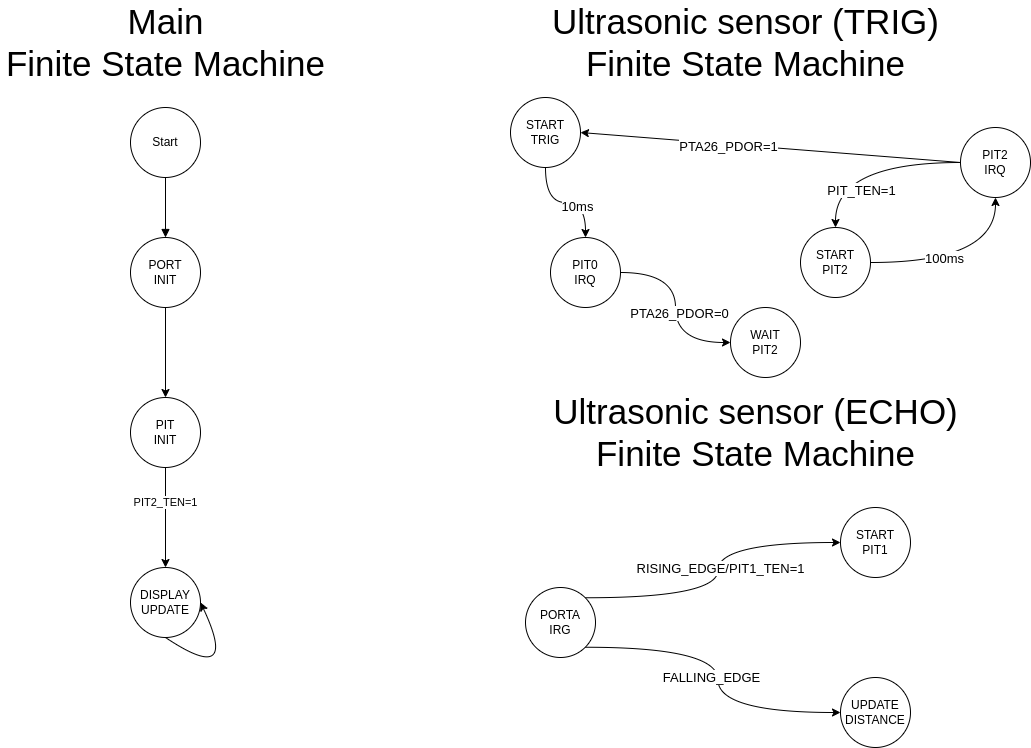
This is docs/resources/FSM.png from hungdojan/IMP_Project, a draw.io export, as it was before one commit. Source tidied: cells renumbered, new cells last; positions are measured from the earlier drawing's top-left corner, leaving out a move shared by most shapes. Its diagram source:
```xml
<mxGraphModel>
  <root>
    <mxCell id="0" />
    <mxCell id="1" parent="0" />
    <mxCell id="2" value="Start" style="ellipse;whiteSpace=wrap;html=1;" parent="1" vertex="1">
      <mxGeometry x="130" y="90" width="70" height="70" as="geometry" />
    </mxCell>
    <mxCell id="3" style="html=1;verticalAlign=bottom;endArrow=block;exitX=0.5;exitY=1;exitDx=0;exitDy=0;entryX=0.5;entryY=0;entryDx=0;entryDy=0;" parent="1" edge="1" source="2" target="6">
      <mxGeometry relative="1" as="geometry" />
    </mxCell>
    <mxCell id="4" value="&lt;font style=&quot;font-size: 35px&quot;&gt;Main&lt;br&gt;Finite State Machine&lt;/font&gt;" style="text;html=1;align=center;verticalAlign=middle;strokeColor=none;fillColor=none;" parent="1" vertex="1">
      <mxGeometry width="330" height="50" as="geometry" />
    </mxCell>
    <mxCell id="5" style="edgeStyle=none;html=1;exitX=0.5;exitY=1;exitDx=0;exitDy=0;entryX=0.5;entryY=0;entryDx=0;entryDy=0;" parent="1" edge="1" source="6" target="9">
      <mxGeometry relative="1" as="geometry" />
    </mxCell>
    <mxCell id="6" value="PORT&lt;br&gt;INIT" style="ellipse;whiteSpace=wrap;html=1;" parent="1" vertex="1">
      <mxGeometry x="130" y="220" width="70" height="70" as="geometry" />
    </mxCell>
    <mxCell id="7" style="edgeStyle=none;html=1;exitX=0.5;exitY=1;exitDx=0;exitDy=0;entryX=0.5;entryY=0;entryDx=0;entryDy=0;" parent="1" edge="1" source="9" target="10">
      <mxGeometry relative="1" as="geometry" />
    </mxCell>
    <mxCell id="8" value="PIT2_TEN=1" style="edgeLabel;html=1;align=center;verticalAlign=middle;" parent="7" vertex="1">
      <mxGeometry x="-0.32" y="-1" relative="1" as="geometry" />
    </mxCell>
    <mxCell id="9" value="PIT&lt;br&gt;INIT" style="ellipse;whiteSpace=wrap;html=1;" parent="1" vertex="1">
      <mxGeometry x="130" y="380" width="70" height="70" as="geometry" />
    </mxCell>
    <mxCell id="10" value="DISPLAY&lt;br&gt;UPDATE" style="ellipse;whiteSpace=wrap;html=1;" parent="1" vertex="1">
      <mxGeometry x="130" y="550" width="70" height="70" as="geometry" />
    </mxCell>
    <mxCell id="11" style="edgeStyle=orthogonalEdgeStyle;html=1;exitX=0.5;exitY=1;exitDx=0;exitDy=0;elbow=vertical;entryX=1;entryY=0.5;entryDx=0;entryDy=0;curved=1;" parent="1" edge="1" source="10" target="10">
      <mxGeometry relative="1" as="geometry">
        <Array as="points">
          <mxPoint x="240" y="670" />
        </Array>
      </mxGeometry>
    </mxCell>
    <mxCell id="12" style="edgeStyle=orthogonalEdgeStyle;curved=1;html=1;exitX=0.5;exitY=1;exitDx=0;exitDy=0;entryX=0.5;entryY=0;entryDx=0;entryDy=0;fontSize=13;elbow=vertical;" parent="1" edge="1" source="14" target="26">
      <mxGeometry relative="1" as="geometry" />
    </mxCell>
    <mxCell id="13" value="10ms" style="edgeLabel;html=1;align=center;verticalAlign=middle;fontSize=13;" parent="12" vertex="1">
      <mxGeometry x="0.18" y="-3" relative="1" as="geometry">
        <mxPoint x="1" as="offset" />
      </mxGeometry>
    </mxCell>
    <mxCell id="14" value="START&lt;br&gt;TRIG" style="ellipse;whiteSpace=wrap;html=1;" parent="1" vertex="1">
      <mxGeometry x="510" y="80" width="70" height="70" as="geometry" />
    </mxCell>
    <mxCell id="15" value="&lt;font style=&quot;font-size: 35px&quot;&gt;Ultrasonic sensor (TRIG)&lt;br&gt;Finite State Machine&lt;/font&gt;" style="text;html=1;align=center;verticalAlign=middle;strokeColor=none;fillColor=none;" parent="1" vertex="1">
      <mxGeometry x="545" width="400" height="50" as="geometry" />
    </mxCell>
    <mxCell id="16" style="edgeStyle=orthogonalEdgeStyle;curved=1;html=1;exitX=1;exitY=0.5;exitDx=0;exitDy=0;entryX=0.5;entryY=1;entryDx=0;entryDy=0;elbow=vertical;" parent="1" edge="1" source="18" target="23">
      <mxGeometry relative="1" as="geometry" />
    </mxCell>
    <mxCell id="17" value="100ms" style="edgeLabel;html=1;align=center;verticalAlign=middle;fontSize=13;" parent="16" vertex="1">
      <mxGeometry x="-0.23" y="5" relative="1" as="geometry" />
    </mxCell>
    <mxCell id="18" value="START&lt;br&gt;PIT2" style="ellipse;whiteSpace=wrap;html=1;" parent="1" vertex="1">
      <mxGeometry x="800" y="210" width="70" height="70" as="geometry" />
    </mxCell>
    <mxCell id="19" style="edgeStyle=orthogonalEdgeStyle;curved=1;html=1;exitX=0;exitY=0.5;exitDx=0;exitDy=0;entryX=0.5;entryY=0;entryDx=0;entryDy=0;elbow=vertical;" parent="1" edge="1" source="23" target="18">
      <mxGeometry relative="1" as="geometry" />
    </mxCell>
    <mxCell id="20" value="PIT_TEN=1" style="edgeLabel;html=1;align=center;verticalAlign=middle;fontSize=13;" parent="19" vertex="1">
      <mxGeometry x="0.6" y="19" relative="1" as="geometry">
        <mxPoint x="6" as="offset" />
      </mxGeometry>
    </mxCell>
    <mxCell id="21" style="html=1;exitX=0;exitY=0.5;exitDx=0;exitDy=0;entryX=1;entryY=0.5;entryDx=0;entryDy=0;elbow=vertical;" parent="1" edge="1" source="23" target="14">
      <mxGeometry relative="1" as="geometry" />
    </mxCell>
    <mxCell id="22" value="PTA26_PDOR=1" style="edgeLabel;html=1;align=center;verticalAlign=middle;fontSize=13;" parent="21" vertex="1">
      <mxGeometry x="0.22" y="2" relative="1" as="geometry" />
    </mxCell>
    <mxCell id="23" value="PIT2&lt;br&gt;IRQ" style="ellipse;whiteSpace=wrap;html=1;" parent="1" vertex="1">
      <mxGeometry x="960" y="110" width="70" height="70" as="geometry" />
    </mxCell>
    <mxCell id="24" style="edgeStyle=orthogonalEdgeStyle;curved=1;html=1;exitX=1;exitY=0.5;exitDx=0;exitDy=0;fontSize=13;elbow=vertical;" parent="1" edge="1" source="26" target="27">
      <mxGeometry relative="1" as="geometry" />
    </mxCell>
    <mxCell id="25" value="PTA26_PDOR=0" style="edgeLabel;html=1;align=center;verticalAlign=middle;fontSize=13;" parent="24" vertex="1">
      <mxGeometry x="0.14" y="3" relative="1" as="geometry">
        <mxPoint y="-8" as="offset" />
      </mxGeometry>
    </mxCell>
    <mxCell id="26" value="PIT0&lt;br&gt;IRQ" style="ellipse;whiteSpace=wrap;html=1;" parent="1" vertex="1">
      <mxGeometry x="550" y="220" width="70" height="70" as="geometry" />
    </mxCell>
    <mxCell id="27" value="WAIT&lt;br&gt;PIT2" style="ellipse;whiteSpace=wrap;html=1;" parent="1" vertex="1">
      <mxGeometry x="730" y="290" width="70" height="70" as="geometry" />
    </mxCell>
    <mxCell id="28" value="&lt;font style=&quot;font-size: 35px&quot;&gt;Ultrasonic sensor (ECHO)&lt;br&gt;Finite State Machine&lt;/font&gt;" style="text;html=1;align=center;verticalAlign=middle;strokeColor=none;fillColor=none;" parent="1" vertex="1">
      <mxGeometry x="545" y="390" width="420" height="50" as="geometry" />
    </mxCell>
    <mxCell id="29" style="edgeStyle=orthogonalEdgeStyle;curved=1;html=1;exitX=1;exitY=0;exitDx=0;exitDy=0;entryX=0;entryY=0.5;entryDx=0;entryDy=0;fontSize=13;elbow=vertical;" parent="1" edge="1" source="33" target="34">
      <mxGeometry relative="1" as="geometry" />
    </mxCell>
    <mxCell id="30" value="RISING_EDGE/PIT1_TEN=1" style="edgeLabel;html=1;align=center;verticalAlign=middle;fontSize=13;" parent="29" vertex="1">
      <mxGeometry x="0.3" y="-11" relative="1" as="geometry">
        <mxPoint x="-12" y="14" as="offset" />
      </mxGeometry>
    </mxCell>
    <mxCell id="31" style="edgeStyle=orthogonalEdgeStyle;curved=1;html=1;exitX=1;exitY=1;exitDx=0;exitDy=0;entryX=0;entryY=0.5;entryDx=0;entryDy=0;fontSize=13;elbow=vertical;" parent="1" edge="1" source="33" target="35">
      <mxGeometry relative="1" as="geometry" />
    </mxCell>
    <mxCell id="32" value="FALLING_EDGE" style="edgeLabel;html=1;align=center;verticalAlign=middle;fontSize=13;" parent="31" vertex="1">
      <mxGeometry x="-0.06" y="-13" relative="1" as="geometry">
        <mxPoint x="6" y="12" as="offset" />
      </mxGeometry>
    </mxCell>
    <mxCell id="33" value="PORTA&lt;br&gt;IRG" style="ellipse;whiteSpace=wrap;html=1;" parent="1" vertex="1">
      <mxGeometry x="525" y="570" width="70" height="70" as="geometry" />
    </mxCell>
    <mxCell id="34" value="START&lt;br&gt;PIT1" style="ellipse;whiteSpace=wrap;html=1;" parent="1" vertex="1">
      <mxGeometry x="840" y="490" width="70" height="70" as="geometry" />
    </mxCell>
    <mxCell id="35" value="UPDATE&lt;br&gt;DISTANCE" style="ellipse;whiteSpace=wrap;html=1;" parent="1" vertex="1">
      <mxGeometry x="840" y="660" width="70" height="70" as="geometry" />
    </mxCell>
  </root>
</mxGraphModel>
```
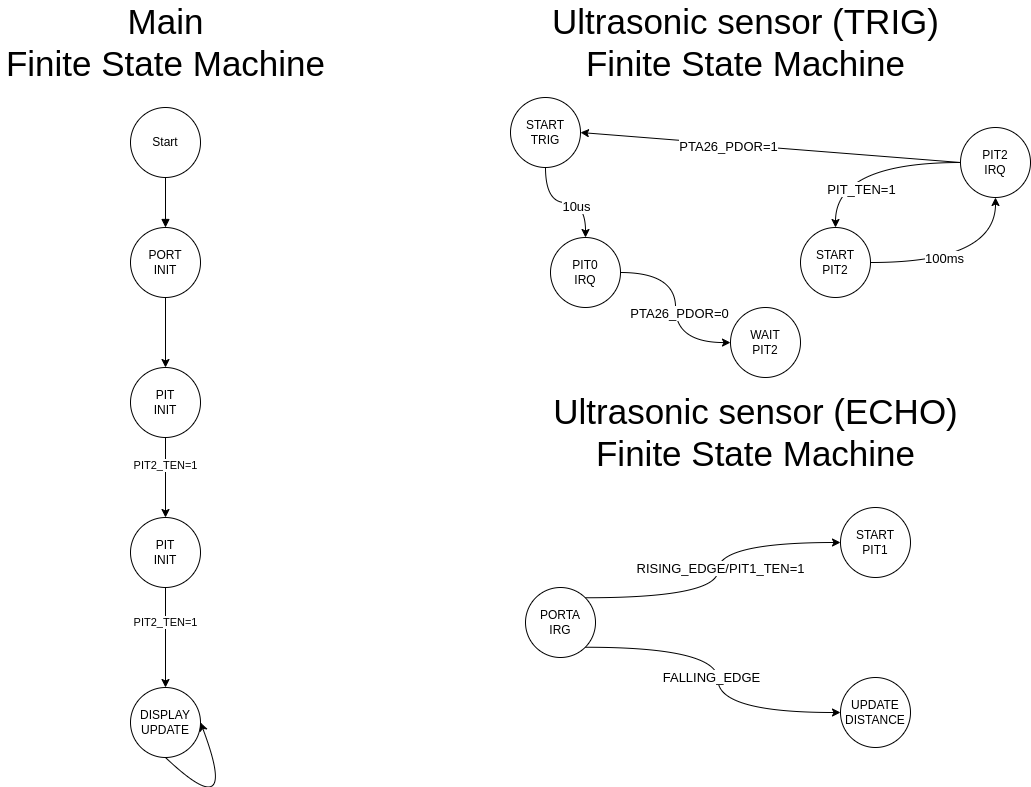
Above is the later version.

Commit message:
MCG init

Change to the diagram source:
```diff
@@ -15,31 +15,21 @@
       <mxGeometry relative="1" as="geometry" />
     </mxCell>
     <mxCell id="6" value="PORT&lt;br&gt;INIT" style="ellipse;whiteSpace=wrap;html=1;" parent="1" vertex="1">
-      <mxGeometry x="130" y="220" width="70" height="70" as="geometry" />
+      <mxGeometry x="130" y="210" width="70" height="70" as="geometry" />
     </mxCell>
-    <mxCell id="7" style="edgeStyle=none;html=1;exitX=0.5;exitY=1;exitDx=0;exitDy=0;entryX=0.5;entryY=0;entryDx=0;entryDy=0;" parent="1" edge="1" source="9" target="10">
+    <mxCell id="7" style="edgeStyle=none;html=1;exitX=0.5;exitY=1;exitDx=0;exitDy=0;entryX=0.5;entryY=0;entryDx=0;entryDy=0;" parent="1" edge="1" source="9" target="38">
       <mxGeometry relative="1" as="geometry" />
     </mxCell>
     <mxCell id="8" value="PIT2_TEN=1" style="edgeLabel;html=1;align=center;verticalAlign=middle;" parent="7" vertex="1">
       <mxGeometry x="-0.32" y="-1" relative="1" as="geometry" />
     </mxCell>
     <mxCell id="9" value="PIT&lt;br&gt;INIT" style="ellipse;whiteSpace=wrap;html=1;" parent="1" vertex="1">
-      <mxGeometry x="130" y="380" width="70" height="70" as="geometry" />
+      <mxGeometry x="130" y="350" width="70" height="70" as="geometry" />
     </mxCell>
-    <mxCell id="10" value="DISPLAY&lt;br&gt;UPDATE" style="ellipse;whiteSpace=wrap;html=1;" parent="1" vertex="1">
-      <mxGeometry x="130" y="550" width="70" height="70" as="geometry" />
-    </mxCell>
-    <mxCell id="11" style="edgeStyle=orthogonalEdgeStyle;html=1;exitX=0.5;exitY=1;exitDx=0;exitDy=0;elbow=vertical;entryX=1;entryY=0.5;entryDx=0;entryDy=0;curved=1;" parent="1" edge="1" source="10" target="10">
-      <mxGeometry relative="1" as="geometry">
-        <Array as="points">
-          <mxPoint x="240" y="670" />
-        </Array>
-      </mxGeometry>
-    </mxCell>
     <mxCell id="12" style="edgeStyle=orthogonalEdgeStyle;curved=1;html=1;exitX=0.5;exitY=1;exitDx=0;exitDy=0;entryX=0.5;entryY=0;entryDx=0;entryDy=0;fontSize=13;elbow=vertical;" parent="1" edge="1" source="14" target="26">
       <mxGeometry relative="1" as="geometry" />
     </mxCell>
-    <mxCell id="13" value="10ms" style="edgeLabel;html=1;align=center;verticalAlign=middle;fontSize=13;" parent="12" vertex="1">
+    <mxCell id="13" value="10us" style="edgeLabel;html=1;align=center;verticalAlign=middle;fontSize=13;" parent="12" vertex="1">
       <mxGeometry x="0.18" y="-3" relative="1" as="geometry">
         <mxPoint x="1" as="offset" />
       </mxGeometry>
@@ -118,5 +108,24 @@
     <mxCell id="35" value="UPDATE&lt;br&gt;DISTANCE" style="ellipse;whiteSpace=wrap;html=1;" parent="1" vertex="1">
       <mxGeometry x="840" y="660" width="70" height="70" as="geometry" />
     </mxCell>
+    <mxCell id="36" style="edgeStyle=none;html=1;exitX=0.5;exitY=1;exitDx=0;exitDy=0;entryX=0.5;entryY=0;entryDx=0;entryDy=0;" parent="1" edge="1" source="38" target="10">
+      <mxGeometry relative="1" as="geometry" />
+    </mxCell>
+    <mxCell id="37" value="PIT2_TEN=1" style="edgeLabel;html=1;align=center;verticalAlign=middle;" parent="36" vertex="1">
+      <mxGeometry x="-0.32" y="-1" relative="1" as="geometry" />
+    </mxCell>
+    <mxCell id="38" value="PIT&lt;br&gt;INIT" style="ellipse;whiteSpace=wrap;html=1;" parent="1" vertex="1">
+      <mxGeometry x="130" y="500" width="70" height="70" as="geometry" />
+    </mxCell>
+    <mxCell id="10" value="DISPLAY&lt;br&gt;UPDATE" style="ellipse;whiteSpace=wrap;html=1;" parent="1" vertex="1">
+      <mxGeometry x="130" y="670" width="70" height="70" as="geometry" />
+    </mxCell>
+    <mxCell id="11" style="edgeStyle=orthogonalEdgeStyle;html=1;exitX=0.5;exitY=1;exitDx=0;exitDy=0;elbow=vertical;entryX=1;entryY=0.5;entryDx=0;entryDy=0;curved=1;" parent="1" edge="1" source="10" target="10">
+      <mxGeometry relative="1" as="geometry">
+        <Array as="points">
+          <mxPoint x="240" y="811" />
+        </Array>
+      </mxGeometry>
+    </mxCell>
   </root>
 </mxGraphModel>
```
